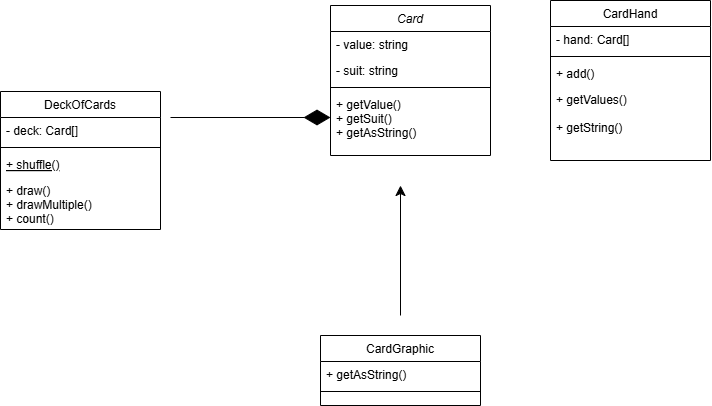
The draw.io diagram public/img/uml.png in Valle85/mvc-me, before a commit. Source tidied: cells renumbered, new cells last; positions are measured from the earlier drawing's top-left corner, leaving out a move shared by most shapes. Its diagram source:
```xml
<mxGraphModel>
  <root>
    <mxCell id="0" />
    <mxCell id="1" parent="0" />
    <mxCell id="2" value="Card" style="swimlane;fontStyle=2;align=center;verticalAlign=top;horizontal=1;startSize=26;rounded=0;shadow=0;strokeWidth=1;" parent="1" vertex="1">
      <mxGeometry x="330" y="5" width="160" height="150" as="geometry" />
    </mxCell>
    <mxCell id="3" value="- value: string" style="text;align=left;verticalAlign=top;spacingLeft=4;spacingRight=4;overflow=hidden;" parent="2" vertex="1">
      <mxGeometry y="26" width="160" height="26" as="geometry" />
    </mxCell>
    <mxCell id="4" value="- suit: string" style="text;align=left;verticalAlign=top;spacingLeft=4;spacingRight=4;overflow=hidden;rounded=0;shadow=0;html=0;" parent="2" vertex="1">
      <mxGeometry y="52" width="160" height="26" as="geometry" />
    </mxCell>
    <mxCell id="5" style="line;html=1;strokeWidth=1;align=left;verticalAlign=middle;spacingTop=-1;spacingLeft=3;spacingRight=3;labelPosition=right;" parent="2" vertex="1">
      <mxGeometry y="78" width="160" height="8" as="geometry" />
    </mxCell>
    <mxCell id="6" value="+ getValue()&#10;+ getSuit()&#10;+ getAsString()" style="text;align=left;verticalAlign=top;spacingLeft=4;spacingRight=4;overflow=hidden;points=[[0,0.5],[1,0.5]];portConstraint=eastwest;" parent="2" vertex="1">
      <mxGeometry y="86" width="160" height="64" as="geometry" />
    </mxCell>
    <mxCell id="7" value="DeckOfCards" style="swimlane;fontStyle=0;align=center;verticalAlign=top;horizontal=1;startSize=26;rounded=0;shadow=0;strokeWidth=1;" parent="1" vertex="1">
      <mxGeometry y="91" width="160" height="138" as="geometry" />
    </mxCell>
    <mxCell id="8" value="- deck: Card[]" style="text;align=left;verticalAlign=top;spacingLeft=4;spacingRight=4;overflow=hidden;" parent="7" vertex="1">
      <mxGeometry y="26" width="160" height="26" as="geometry" />
    </mxCell>
    <mxCell id="9" style="line;html=1;strokeWidth=1;align=left;verticalAlign=middle;spacingTop=-1;spacingLeft=3;spacingRight=3;labelPosition=right;" parent="7" vertex="1">
      <mxGeometry y="52" width="160" height="8" as="geometry" />
    </mxCell>
    <mxCell id="10" value="+ shuffle()" style="text;align=left;verticalAlign=top;spacingLeft=4;spacingRight=4;overflow=hidden;fontStyle=4;" parent="7" vertex="1">
      <mxGeometry y="60" width="160" height="26" as="geometry" />
    </mxCell>
    <mxCell id="11" value="+ draw()&#10;+ drawMultiple()&#10;+ count()" style="text;align=left;verticalAlign=top;spacingLeft=4;spacingRight=4;overflow=hidden;" parent="7" vertex="1">
      <mxGeometry y="86" width="160" height="44" as="geometry" />
    </mxCell>
    <mxCell id="12" value="CardGraphic" style="swimlane;fontStyle=0;align=center;verticalAlign=top;horizontal=1;startSize=26;rounded=0;shadow=0;strokeWidth=1;" parent="1" vertex="1">
      <mxGeometry x="320" y="335" width="160" height="70" as="geometry" />
    </mxCell>
    <mxCell id="13" value="+ getAsString()" style="text;align=left;verticalAlign=top;spacingLeft=4;spacingRight=4;overflow=hidden;" parent="12" vertex="1">
      <mxGeometry y="26" width="160" height="26" as="geometry" />
    </mxCell>
    <mxCell id="14" style="line;html=1;strokeWidth=1;align=left;verticalAlign=middle;spacingTop=-1;spacingLeft=3;spacingRight=3;labelPosition=right;" parent="12" vertex="1">
      <mxGeometry y="52" width="160" height="8" as="geometry" />
    </mxCell>
    <mxCell id="15" value="CardHand" style="swimlane;fontStyle=0;align=center;verticalAlign=top;horizontal=1;startSize=26;rounded=0;shadow=0;strokeWidth=1;" parent="1" vertex="1">
      <mxGeometry x="550" width="160" height="160" as="geometry" />
    </mxCell>
    <mxCell id="16" value="- hand: Card[]" style="text;align=left;verticalAlign=top;spacingLeft=4;spacingRight=4;overflow=hidden;" parent="15" vertex="1">
      <mxGeometry y="26" width="160" height="26" as="geometry" />
    </mxCell>
    <mxCell id="17" style="line;html=1;strokeWidth=1;align=left;verticalAlign=middle;spacingTop=-1;spacingLeft=3;spacingRight=3;labelPosition=right;" parent="15" vertex="1">
      <mxGeometry y="52" width="160" height="8" as="geometry" />
    </mxCell>
    <mxCell id="18" value="+ add()" style="text;align=left;verticalAlign=top;spacingLeft=4;spacingRight=4;overflow=hidden;" parent="15" vertex="1">
      <mxGeometry y="60" width="160" height="26" as="geometry" />
    </mxCell>
    <mxCell id="19" value="+ getValues()&#10;&#10;+ getString()" style="text;align=left;verticalAlign=top;spacingLeft=4;spacingRight=4;overflow=hidden;" parent="15" vertex="1">
      <mxGeometry y="86" width="160" height="74" as="geometry" />
    </mxCell>
    <mxCell id="20" style="endArrow=classic;html=1;rounded=0;fontSize=12;startSize=8;endSize=8;curved=1;" parent="1" edge="1">
      <mxGeometry relative="1" as="geometry">
        <mxPoint x="400" y="315" as="sourcePoint" />
        <mxPoint x="400" y="185" as="targetPoint" />
      </mxGeometry>
    </mxCell>
    <mxCell id="21" style="endArrow=diamondThin;endFill=1;endSize=24;html=1;rounded=0;fontSize=12;curved=1;" parent="1" edge="1">
      <mxGeometry relative="1" as="geometry">
        <mxPoint x="170" y="117" as="sourcePoint" />
        <mxPoint x="330" y="117" as="targetPoint" />
      </mxGeometry>
    </mxCell>
  </root>
</mxGraphModel>
```
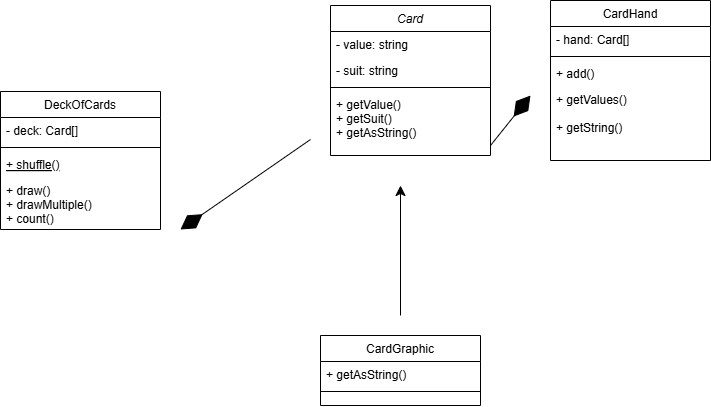
After the commit.

Change to the diagram source:
```diff
@@ -64,9 +64,14 @@
     </mxCell>
     <mxCell id="21" style="endArrow=diamondThin;endFill=1;endSize=24;html=1;rounded=0;fontSize=12;curved=1;" parent="1" edge="1">
       <mxGeometry relative="1" as="geometry">
-        <mxPoint x="170" y="117" as="sourcePoint" />
-        <mxPoint x="330" y="117" as="targetPoint" />
+        <mxPoint x="310" y="139" as="sourcePoint" />
+        <mxPoint x="180" y="229" as="targetPoint" />
       </mxGeometry>
     </mxCell>
+    <mxCell id="22" style="endArrow=diamondThin;endFill=1;endSize=24;html=1;rounded=0;fontSize=12;curved=1;exitX=1;exitY=0.844;exitDx=0;exitDy=0;exitPerimeter=0;" parent="1" edge="1" source="6">
+      <mxGeometry relative="1" as="geometry">
+        <mxPoint x="530" y="95" as="targetPoint" />
+      </mxGeometry>
+    </mxCell>
   </root>
 </mxGraphModel>
```
